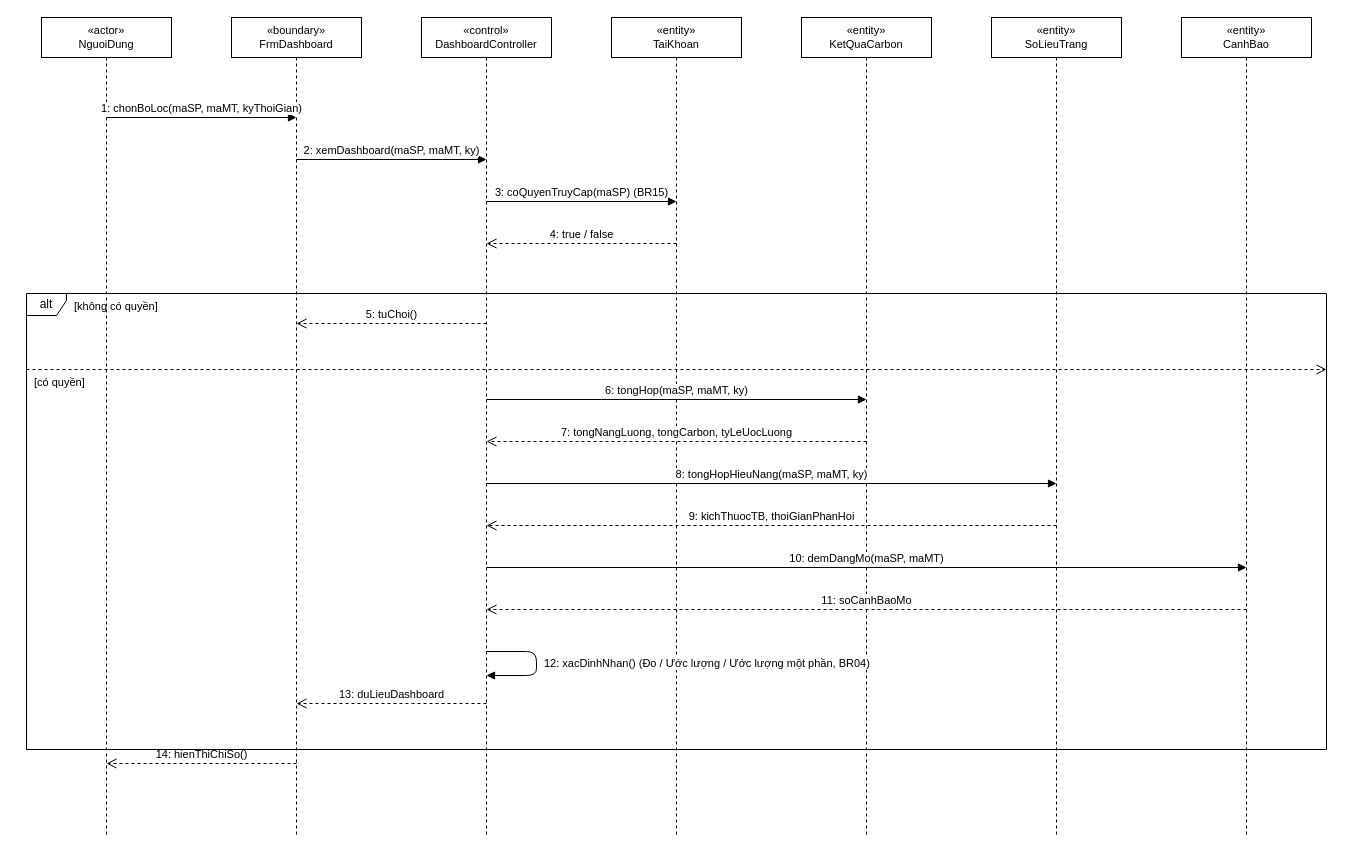
Earlier version of the draw.io diagram docs/diagrams/03_TuanTu/UC_GD_012_Sequence_XemDashboard.drawio (TranThienNhan8279/GreenDash). Source tidied: cells renumbered, new cells numbered last; positions are measured from the earlier drawing's top-left corner, leaving out a move shared by most shapes. Both pictures are drawn from the tidied source at 100%, with x=0, y=0 at pixel (26, 17).
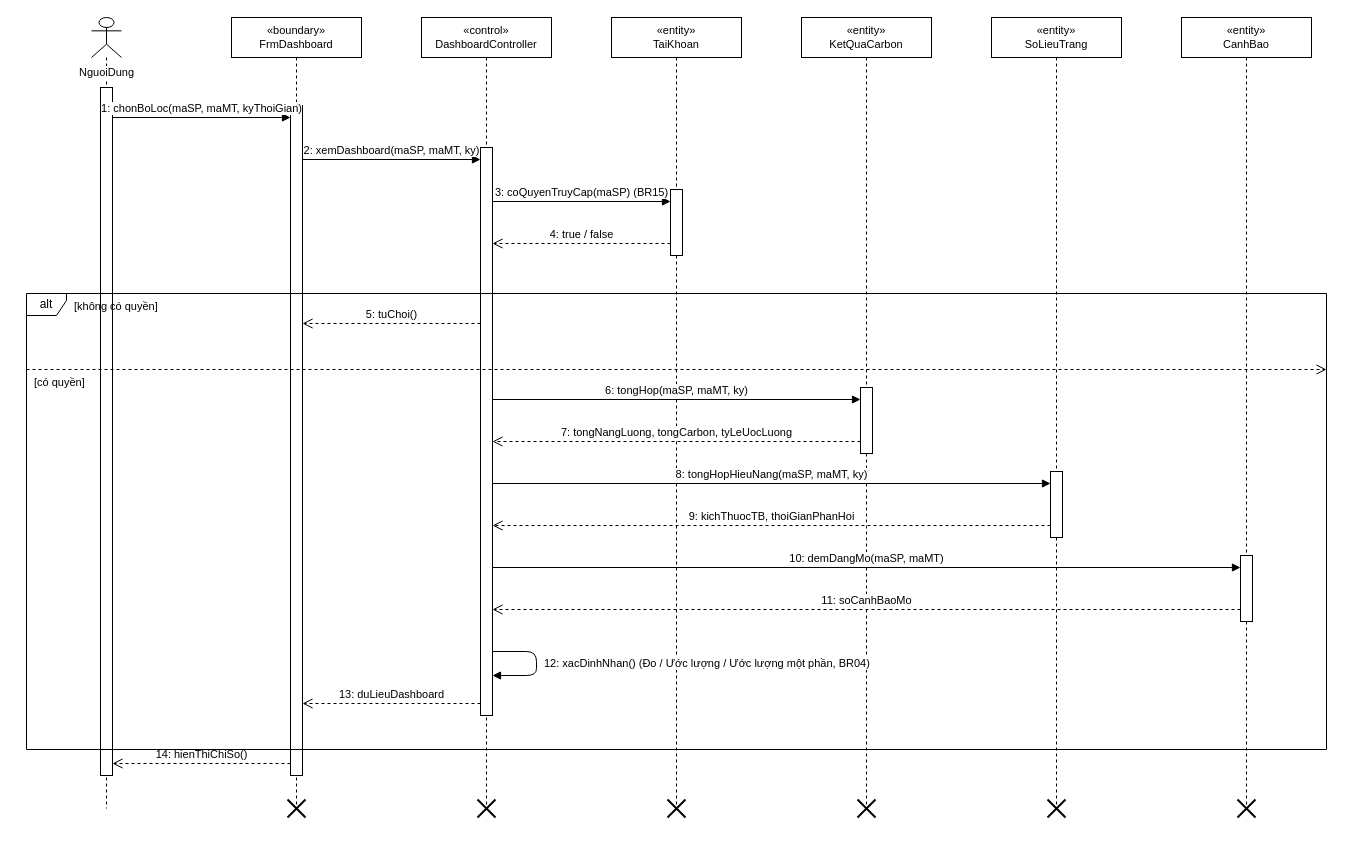
After the change.

Change to the diagram source:
```diff
@@
-    <mxCell id="2" value="«actor»&lt;br&gt;NguoiDung" style="shape=umlLifeline;perimeter=lifelinePerimeter;whiteSpace=wrap;html=1;fontSize=11;" parent="1" vertex="1">
-      <mxGeometry x="15" width="130" height="818" as="geometry" />
+    <mxCell id="2" value="NguoiDung" style="shape=umlLifeline;participant=umlActor;verticalAlign=top;spacingTop=42;labelBackgroundColor=#ffffff;perimeter=lifelinePerimeter;whiteSpace=nowrap;html=1;fontSize=11;" parent="1" vertex="1">
+      <mxGeometry x="65" width="30" height="791" as="geometry" />
     </mxCell>
     <mxCell id="3" value="«boundary»&lt;br&gt;FrmDashboard" style="shape=umlLifeline;perimeter=lifelinePerimeter;whiteSpace=wrap;html=1;fontSize=11;" parent="1" vertex="1">
-      <mxGeometry x="205" width="130" height="818" as="geometry" />
+      <mxGeometry x="205" width="130" height="791" as="geometry" />
     </mxCell>
     <mxCell id="4" value="«control»&lt;br&gt;DashboardController" style="shape=umlLifeline;perimeter=lifelinePerimeter;whiteSpace=wrap;html=1;fontSize=11;" parent="1" vertex="1">
-      <mxGeometry x="395" width="130" height="818" as="geometry" />
+      <mxGeometry x="395" width="130" height="791" as="geometry" />
     </mxCell>
     <mxCell id="5" value="«entity»&lt;br&gt;TaiKhoan" style="shape=umlLifeline;perimeter=lifelinePerimeter;whiteSpace=wrap;html=1;fontSize=11;" parent="1" vertex="1">
-      <mxGeometry x="585" width="130" height="818" as="geometry" />
+      <mxGeometry x="585" width="130" height="791" as="geometry" />
     </mxCell>
     <mxCell id="6" value="«entity»&lt;br&gt;KetQuaCarbon" style="shape=umlLifeline;perimeter=lifelinePerimeter;whiteSpace=wrap;html=1;fontSize=11;" parent="1" vertex="1">
-      <mxGeometry x="775" width="130" height="818" as="geometry" />
+      <mxGeometry x="775" width="130" height="791" as="geometry" />
     </mxCell>
     <mxCell id="7" value="«entity»&lt;br&gt;SoLieuTrang" style="shape=umlLifeline;perimeter=lifelinePerimeter;whiteSpace=wrap;html=1;fontSize=11;" parent="1" vertex="1">
-      <mxGeometry x="965" width="130" height="818" as="geometry" />
+      <mxGeometry x="965" width="130" height="791" as="geometry" />
     </mxCell>
     <mxCell id="8" value="«entity»&lt;br&gt;CanhBao" style="shape=umlLifeline;perimeter=lifelinePerimeter;whiteSpace=wrap;html=1;fontSize=11;" parent="1" vertex="1">
-      <mxGeometry x="1155" width="130" height="818" as="geometry" />
+      <mxGeometry x="1155" width="130" height="791" as="geometry" />
     </mxCell>
+    <mxCell id="27" style="html=1;perimeter=orthogonalPerimeter;fillColor=#ffffff;strokeColor=#000000;" parent="1" vertex="1">
+      <mxGeometry x="74" y="70" width="12" height="688" as="geometry" />
+    </mxCell>
+    <mxCell id="28" style="html=1;perimeter=orthogonalPerimeter;fillColor=#ffffff;strokeColor=#000000;" parent="1" vertex="1">
+      <mxGeometry x="264" y="88" width="12" height="670" as="geometry" />
+    </mxCell>
+    <mxCell id="29" style="shape=umlDestroy;html=1;strokeWidth=2;strokeColor=#000000;" parent="1" vertex="1">
+      <mxGeometry x="261" y="782" width="18" height="18" as="geometry" />
+    </mxCell>
+    <mxCell id="30" style="html=1;perimeter=orthogonalPerimeter;fillColor=#ffffff;strokeColor=#000000;" parent="1" vertex="1">
+      <mxGeometry x="454" y="130" width="12" height="568" as="geometry" />
+    </mxCell>
+    <mxCell id="31" style="shape=umlDestroy;html=1;strokeWidth=2;strokeColor=#000000;" parent="1" vertex="1">
+      <mxGeometry x="451" y="782" width="18" height="18" as="geometry" />
+    </mxCell>
+    <mxCell id="32" style="html=1;perimeter=orthogonalPerimeter;fillColor=#ffffff;strokeColor=#000000;" parent="1" vertex="1">
+      <mxGeometry x="644" y="172" width="12" height="66" as="geometry" />
+    </mxCell>
+    <mxCell id="33" style="shape=umlDestroy;html=1;strokeWidth=2;strokeColor=#000000;" parent="1" vertex="1">
+      <mxGeometry x="641" y="782" width="18" height="18" as="geometry" />
+    </mxCell>
+    <mxCell id="34" style="html=1;perimeter=orthogonalPerimeter;fillColor=#ffffff;strokeColor=#000000;" parent="1" vertex="1">
+      <mxGeometry x="834" y="370" width="12" height="66" as="geometry" />
+    </mxCell>
+    <mxCell id="35" style="shape=umlDestroy;html=1;strokeWidth=2;strokeColor=#000000;" parent="1" vertex="1">
+      <mxGeometry x="831" y="782" width="18" height="18" as="geometry" />
+    </mxCell>
+    <mxCell id="36" style="html=1;perimeter=orthogonalPerimeter;fillColor=#ffffff;strokeColor=#000000;" parent="1" vertex="1">
+      <mxGeometry x="1024" y="454" width="12" height="66" as="geometry" />
+    </mxCell>
+    <mxCell id="37" style="shape=umlDestroy;html=1;strokeWidth=2;strokeColor=#000000;" parent="1" vertex="1">
+      <mxGeometry x="1021" y="782" width="18" height="18" as="geometry" />
+    </mxCell>
+    <mxCell id="38" style="html=1;perimeter=orthogonalPerimeter;fillColor=#ffffff;strokeColor=#000000;" parent="1" vertex="1">
+      <mxGeometry x="1214" y="538" width="12" height="66" as="geometry" />
+    </mxCell>
+    <mxCell id="39" style="shape=umlDestroy;html=1;strokeWidth=2;strokeColor=#000000;" parent="1" vertex="1">
+      <mxGeometry x="1211" y="782" width="18" height="18" as="geometry" />
+    </mxCell>
     <mxCell id="9" value="1: chonBoLoc(maSP, maMT, kyThoiGian)" style="html=1;verticalAlign=bottom;endArrow=block;endFill=1;" parent="1" edge="1">
       <mxGeometry relative="1" as="geometry">
-        <mxPoint x="80" y="100" as="sourcePoint" />
-        <mxPoint x="270" y="100" as="targetPoint" />
+        <mxPoint x="86" y="100" as="sourcePoint" />
+        <mxPoint x="264" y="100" as="targetPoint" />
       </mxGeometry>
     </mxCell>
     <mxCell id="10" value="2: xemDashboard(maSP, maMT, ky)" style="html=1;verticalAlign=bottom;endArrow=block;endFill=1;" parent="1" edge="1">
       <mxGeometry relative="1" as="geometry">
-        <mxPoint x="270" y="142" as="sourcePoint" />
-        <mxPoint x="460" y="142" as="targetPoint" />
+        <mxPoint x="276" y="142" as="sourcePoint" />
+        <mxPoint x="454" y="142" as="targetPoint" />
       </mxGeometry>
     </mxCell>
     <mxCell id="11" value="3: coQuyenTruyCap(maSP)  (BR15)" style="html=1;verticalAlign=bottom;endArrow=block;endFill=1;" parent="1" edge="1">
       <mxGeometry relative="1" as="geometry">
-        <mxPoint x="460" y="184" as="sourcePoint" />
-        <mxPoint x="650" y="184" as="targetPoint" />
+        <mxPoint x="466" y="184" as="sourcePoint" />
+        <mxPoint x="644" y="184" as="targetPoint" />
       </mxGeometry>
     </mxCell>
     <mxCell id="12" value="4: true / false" style="html=1;verticalAlign=bottom;endArrow=open;endSize=8;dashed=1;" parent="1" edge="1">
       <mxGeometry relative="1" as="geometry">
-        <mxPoint x="650" y="226" as="sourcePoint" />
-        <mxPoint x="460" y="226" as="targetPoint" />
+        <mxPoint x="644" y="226" as="sourcePoint" />
+        <mxPoint x="466" y="226" as="targetPoint" />
       </mxGeometry>
     </mxCell>
     <mxCell id="13" value="5: tuChoi()" style="html=1;verticalAlign=bottom;endArrow=open;endSize=8;dashed=1;" parent="1" edge="1">
       <mxGeometry relative="1" as="geometry">
-        <mxPoint x="460" y="306" as="sourcePoint" />
-        <mxPoint x="270" y="306" as="targetPoint" />
+        <mxPoint x="454" y="306" as="sourcePoint" />
+        <mxPoint x="276" y="306" as="targetPoint" />
       </mxGeometry>
     </mxCell>
     <mxCell id="14" value="6: tongHop(maSP, maMT, ky)" style="html=1;verticalAlign=bottom;endArrow=block;endFill=1;" parent="1" edge="1">
       <mxGeometry relative="1" as="geometry">
-        <mxPoint x="460" y="382" as="sourcePoint" />
-        <mxPoint x="840" y="382" as="targetPoint" />
+        <mxPoint x="466" y="382" as="sourcePoint" />
+        <mxPoint x="834" y="382" as="targetPoint" />
       </mxGeometry>
     </mxCell>
     <mxCell id="15" value="7: tongNangLuong, tongCarbon, tyLeUocLuong" style="html=1;verticalAlign=bottom;endArrow=open;endSize=8;dashed=1;" parent="1" edge="1">
       <mxGeometry relative="1" as="geometry">
-        <mxPoint x="840" y="424" as="sourcePoint" />
-        <mxPoint x="460" y="424" as="targetPoint" />
+        <mxPoint x="834" y="424" as="sourcePoint" />
+        <mxPoint x="466" y="424" as="targetPoint" />
       </mxGeometry>
     </mxCell>
     <mxCell id="16" value="8: tongHopHieuNang(maSP, maMT, ky)" style="html=1;verticalAlign=bottom;endArrow=block;endFill=1;" parent="1" edge="1">
       <mxGeometry relative="1" as="geometry">
-        <mxPoint x="460" y="466" as="sourcePoint" />
-        <mxPoint x="1030" y="466" as="targetPoint" />
+        <mxPoint x="466" y="466" as="sourcePoint" />
+        <mxPoint x="1024" y="466" as="targetPoint" />
       </mxGeometry>
     </mxCell>
     <mxCell id="17" value="9: kichThuocTB, thoiGianPhanHoi" style="html=1;verticalAlign=bottom;endArrow=open;endSize=8;dashed=1;" parent="1" edge="1">
       <mxGeometry relative="1" as="geometry">
-        <mxPoint x="1030" y="508" as="sourcePoint" />
-        <mxPoint x="460" y="508" as="targetPoint" />
+        <mxPoint x="1024" y="508" as="sourcePoint" />
+        <mxPoint x="466" y="508" as="targetPoint" />
       </mxGeometry>
     </mxCell>
     <mxCell id="18" value="10: demDangMo(maSP, maMT)" style="html=1;verticalAlign=bottom;endArrow=block;endFill=1;" parent="1" edge="1">
       <mxGeometry relative="1" as="geometry">
-        <mxPoint x="460" y="550" as="sourcePoint" />
-        <mxPoint x="1220" y="550" as="targetPoint" />
+        <mxPoint x="466" y="550" as="sourcePoint" />
+        <mxPoint x="1214" y="550" as="targetPoint" />
       </mxGeometry>
     </mxCell>
     <mxCell id="19" value="11: soCanhBaoMo" style="html=1;verticalAlign=bottom;endArrow=open;endSize=8;dashed=1;" parent="1" edge="1">
       <mxGeometry relative="1" as="geometry">
-        <mxPoint x="1220" y="592" as="sourcePoint" />
-        <mxPoint x="460" y="592" as="targetPoint" />
+        <mxPoint x="1214" y="592" as="sourcePoint" />
+        <mxPoint x="466" y="592" as="targetPoint" />
       </mxGeometry>
     </mxCell>
     <mxCell id="20" value="12: xacDinhNhan()  (Đo / Ước lượng / Ước lượng một phần, BR04)" style="html=1;verticalAlign=bottom;endArrow=block;endFill=1;align=left;spacingLeft=6;verticalAlign=middle;" parent="1" edge="1">
       <mxGeometry relative="1" as="geometry">
-        <mxPoint x="460" y="634" as="sourcePoint" />
-        <mxPoint x="460" y="658" as="targetPoint" />
+        <mxPoint x="466" y="634" as="sourcePoint" />
+        <mxPoint x="466" y="658" as="targetPoint" />
         <Array as="points">
           <mxPoint x="510" y="634" />
           <mxPoint x="510" y="658" />
         </Array>
       </mxGeometry>
     </mxCell>
     <mxCell id="21" value="13: duLieuDashboard" style="html=1;verticalAlign=bottom;endArrow=open;endSize=8;dashed=1;" parent="1" edge="1">
       <mxGeometry relative="1" as="geometry">
-        <mxPoint x="460" y="686" as="sourcePoint" />
-        <mxPoint x="270" y="686" as="targetPoint" />
+        <mxPoint x="454" y="686" as="sourcePoint" />
+        <mxPoint x="276" y="686" as="targetPoint" />
       </mxGeometry>
     </mxCell>
     <mxCell id="22" value="14: hienThiChiSo()" style="html=1;verticalAlign=bottom;endArrow=open;endSize=8;dashed=1;" parent="1" edge="1">
       <mxGeometry relative="1" as="geometry">
-        <mxPoint x="270" y="746" as="sourcePoint" />
-        <mxPoint x="80" y="746" as="targetPoint" />
+        <mxPoint x="264" y="746" as="sourcePoint" />
+        <mxPoint x="86" y="746" as="targetPoint" />
       </mxGeometry>
     </mxCell>
```
